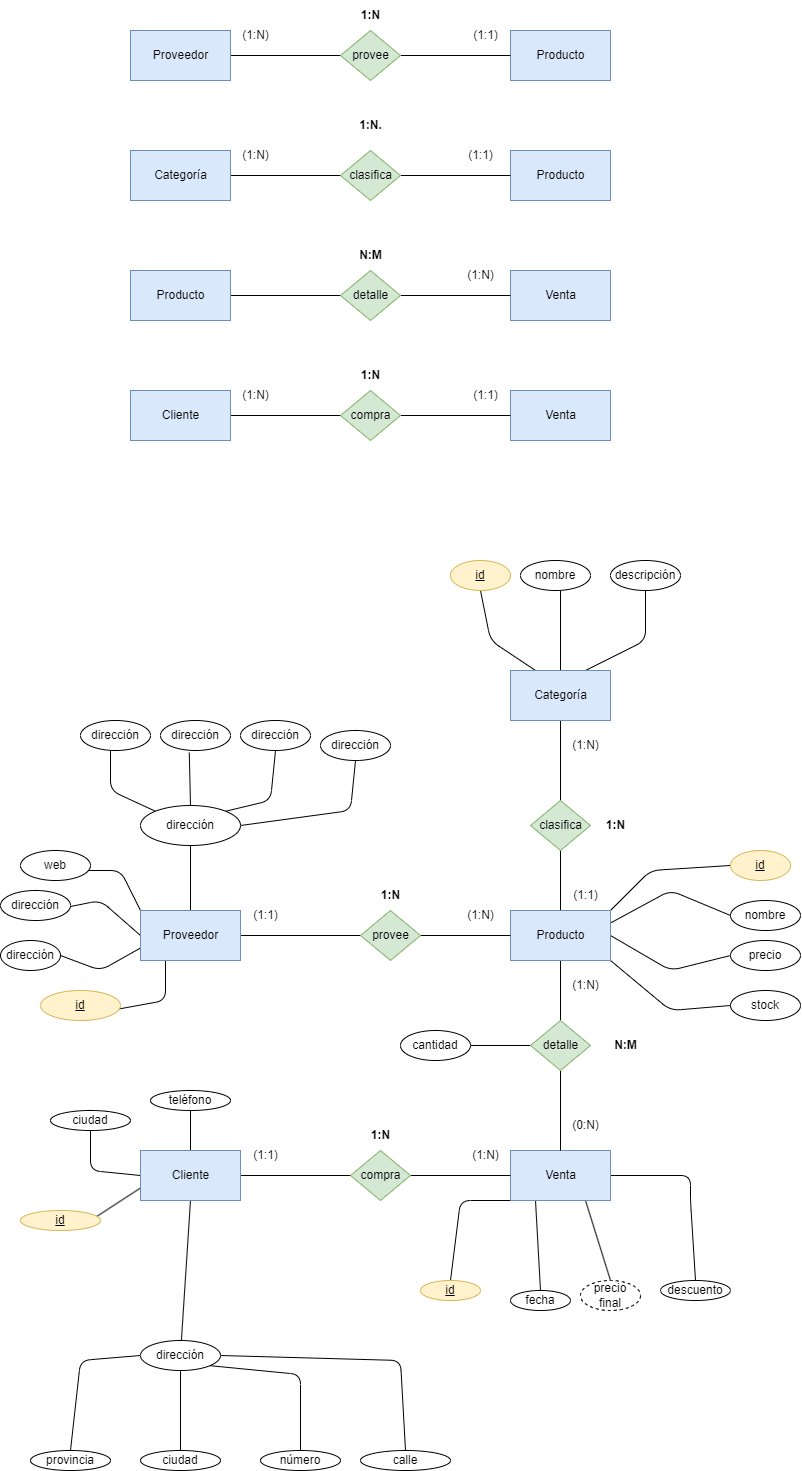
The draw.io diagram tareas/tarea-2/images/ejercicio1.drawio.png in aguemarrero/base-datos, before a commit. Source tidied: cells renumbered, new cells last; positions are measured from the earlier drawing's top-left corner, leaving out a move shared by most shapes.
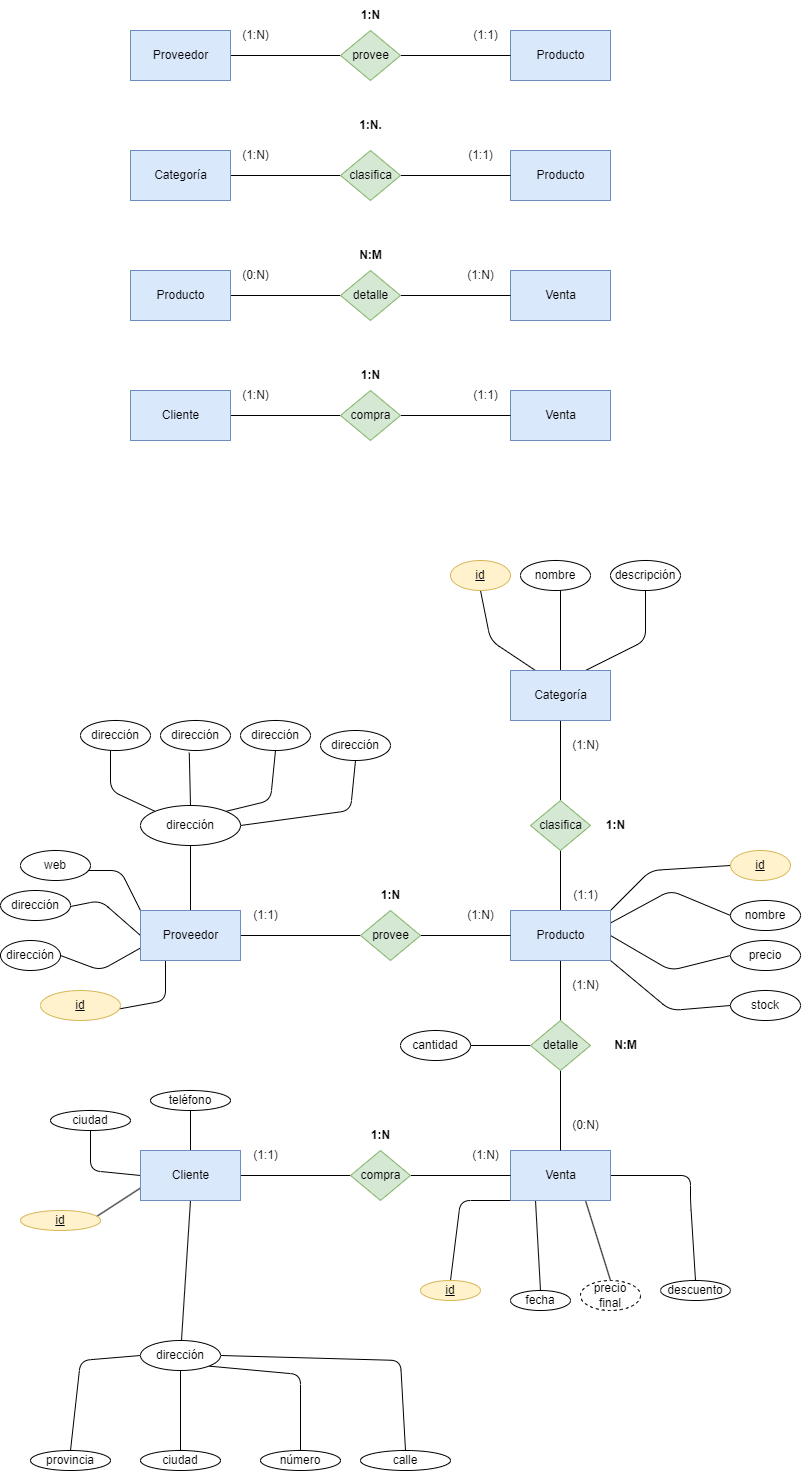
The same diagram one commit later.

Diff of the diagram source:
```diff
@@ -445,5 +445,8 @@
     <mxCell id="119" value="cantidad" style="ellipse;whiteSpace=wrap;html=1;align=center;" parent="1" vertex="1">
       <mxGeometry x="400" y="1030" width="70" height="30" as="geometry" />
     </mxCell>
+    <mxCell id="120" value="(0:N)" style="text;html=1;align=center;verticalAlign=middle;strokeColor=none;fillColor=none;" parent="1" vertex="1">
+      <mxGeometry x="230" y="260" width="50" height="30" as="geometry" />
+    </mxCell>
   </root>
 </mxGraphModel>
```
